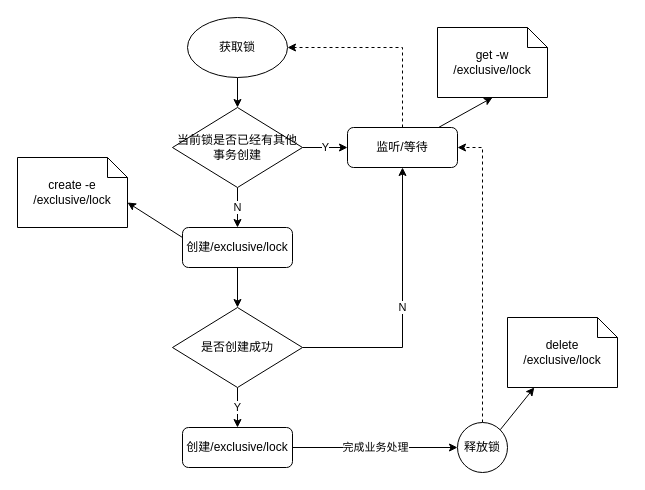
CaiShaobin/abin_drawio keeps this draw.io diagram as page "非公平锁" (1 of 3) of Zookeeper.drawio. Above is the earlier version. Source tidied: cells renumbered, new cells numbered last; positions are measured from the earlier drawing's top-left corner, leaving out a move shared by most shapes. Both pictures are drawn from the tidied source at 100%, with x=0, y=0 at pixel (17, 17).
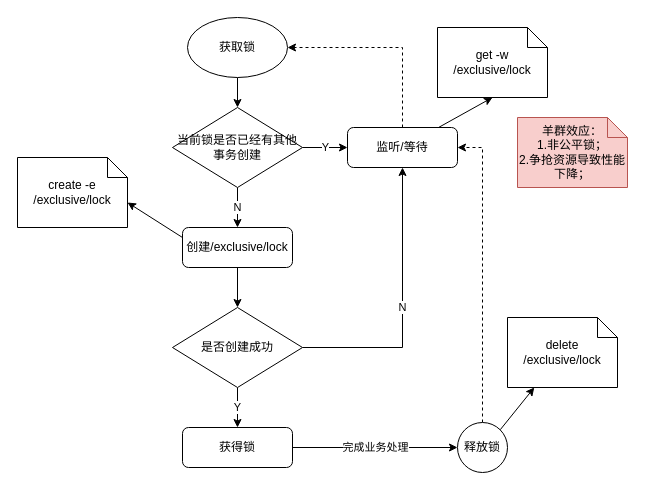
The same diagram, later.

The edit, as a diff of the source:
```diff
@@
-    <mxCell id="14" value="创建/exclusive/lock" style="rounded=1;whiteSpace=wrap;html=1;" parent="1" vertex="1">
+    <mxCell id="14" value="获得锁" style="rounded=1;whiteSpace=wrap;html=1;" parent="1" vertex="1">
       <mxGeometry x="165" y="410" width="110" height="40" as="geometry" />
     </mxCell>
@@
+    <mxCell id="24" value="羊群效应：&lt;br&gt;1.非公平锁；&lt;br&gt;2.争抢资源导致性能下降；" style="shape=note;size=20;whiteSpace=wrap;html=1;fillColor=#f8cecc;strokeColor=#b85450;" parent="1" vertex="1">
+      <mxGeometry x="500" y="100" width="110" height="70" as="geometry" />
+    </mxCell>
```
